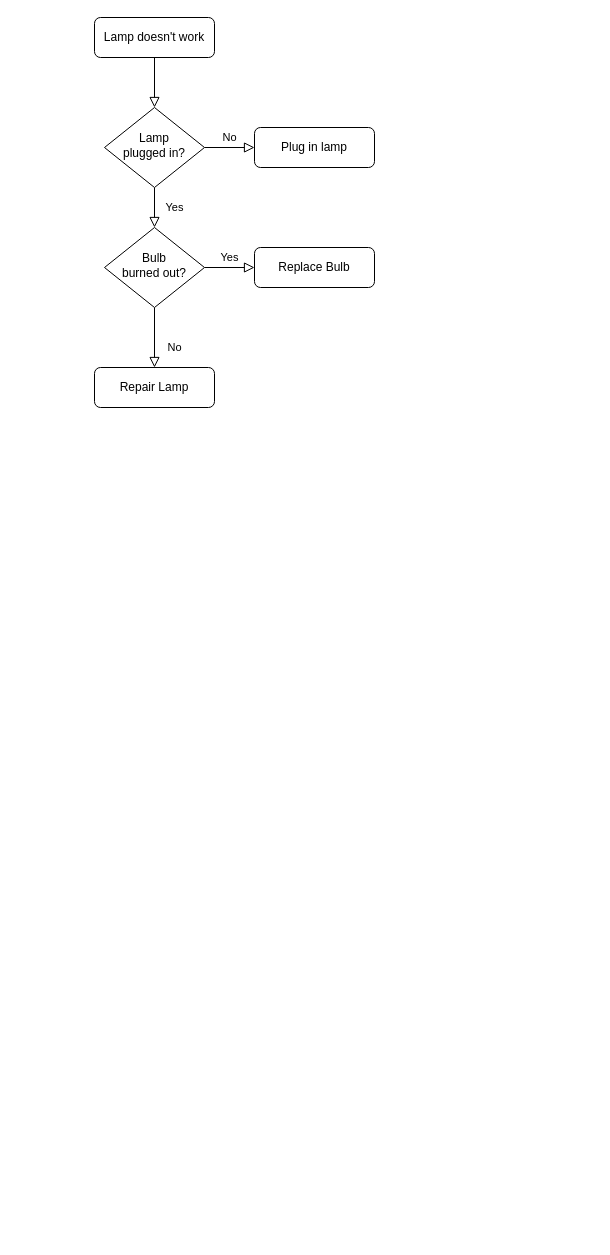
The draw.io diagram Diagrama sem nome.drawio in smmyth/senai-versoes-colaboracoes, before the edit. Source tidied: cells renumbered, new cells numbered last; positions are measured from the earlier drawing's top-left corner, leaving out a move shared by most shapes. Both pictures are drawn from the tidied source at 100%, with x=0, y=0 at pixel (94, 17).
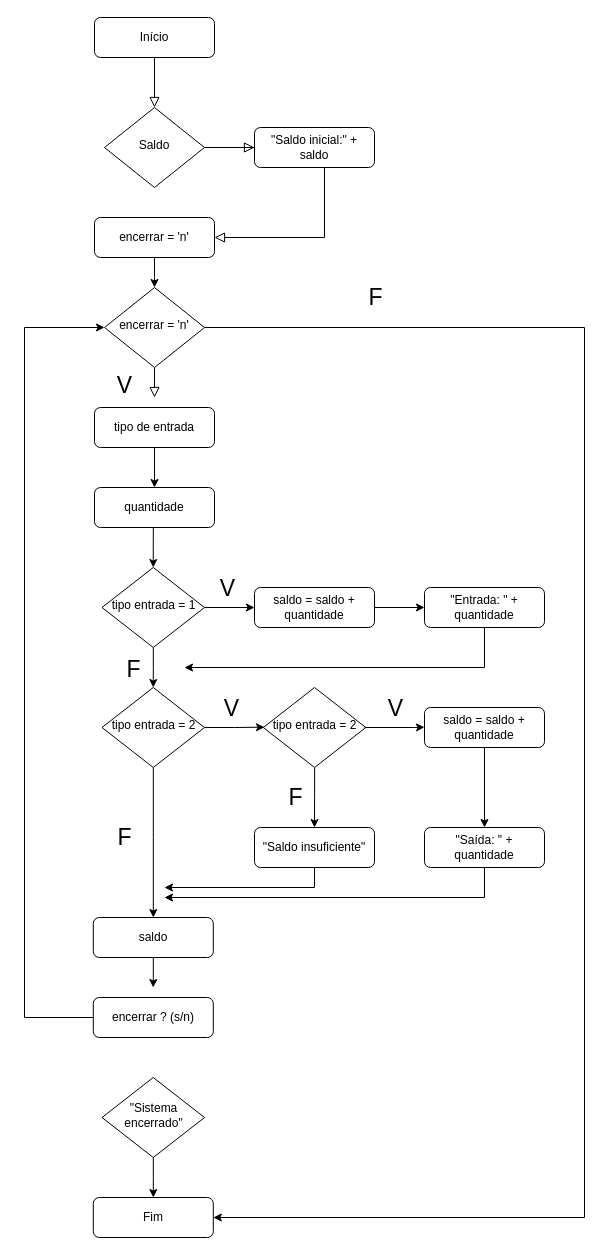
Above is the later version.

Change to the diagram source:
```diff
@@
-    <mxCell id="3" value="Lamp doesn't work" style="rounded=1;whiteSpace=wrap;html=1;fontSize=12;glass=0;strokeWidth=1;shadow=0;" parent="1" vertex="1">
+    <mxCell id="3" value="Início" style="rounded=1;whiteSpace=wrap;html=1;fontSize=12;glass=0;strokeWidth=1;shadow=0;" parent="1" vertex="1">
       <mxGeometry width="120" height="40" as="geometry" />
     </mxCell>
-    <mxCell id="4" value="Yes" style="rounded=0;html=1;jettySize=auto;fontSize=11;endArrow=block;endFill=0;endSize=8;strokeWidth=1;shadow=0;labelBackgroundColor=none;edgeStyle=orthogonalEdgeStyle;" parent="1" edge="1" source="6" target="10">
-      <mxGeometry y="20" relative="1" as="geometry" />
+    <mxCell id="4" style="rounded=0;html=1;jettySize=auto;fontSize=11;endArrow=block;endFill=0;endSize=8;strokeWidth=1;shadow=0;labelBackgroundColor=none;edgeStyle=orthogonalEdgeStyle;entryX=1;entryY=0.5;entryDx=0;entryDy=0;" parent="1" edge="1" source="6" target="12">
+      <mxGeometry y="30" relative="1" as="geometry">
+        <Array as="points">
+          <mxPoint x="230" y="130" />
+          <mxPoint x="230" y="220" />
+        </Array>
+      </mxGeometry>
     </mxCell>
-    <mxCell id="5" value="No" style="edgeStyle=orthogonalEdgeStyle;rounded=0;html=1;jettySize=auto;fontSize=11;endArrow=block;endFill=0;endSize=8;strokeWidth=1;shadow=0;labelBackgroundColor=none;" parent="1" edge="1" source="6" target="7">
+    <mxCell id="5" style="edgeStyle=orthogonalEdgeStyle;rounded=0;html=1;jettySize=auto;fontSize=11;endArrow=block;endFill=0;endSize=8;strokeWidth=1;shadow=0;labelBackgroundColor=none;" parent="1" edge="1" source="6" target="7">
       <mxGeometry y="10" relative="1" as="geometry" />
     </mxCell>
-    <mxCell id="6" value="Lamp&lt;br&gt;plugged in?" style="rhombus;whiteSpace=wrap;html=1;shadow=0;fontFamily=Helvetica;fontSize=12;align=center;strokeWidth=1;spacing=6;spacingTop=-4;" parent="1" vertex="1">
+    <mxCell id="6" value="Saldo" style="rhombus;whiteSpace=wrap;html=1;shadow=0;fontFamily=Helvetica;fontSize=12;align=center;strokeWidth=1;spacing=6;spacingTop=-4;" parent="1" vertex="1">
       <mxGeometry x="10" y="90" width="100" height="80" as="geometry" />
     </mxCell>
-    <mxCell id="7" value="Plug in lamp" style="rounded=1;whiteSpace=wrap;html=1;fontSize=12;glass=0;strokeWidth=1;shadow=0;" parent="1" vertex="1">
+    <mxCell id="7" value="&quot;Saldo inicial:&quot; + saldo" style="rounded=1;whiteSpace=wrap;html=1;fontSize=12;glass=0;strokeWidth=1;shadow=0;" parent="1" vertex="1">
       <mxGeometry x="160" y="110" width="120" height="40" as="geometry" />
     </mxCell>
-    <mxCell id="8" value="No" style="rounded=0;html=1;jettySize=auto;fontSize=11;endArrow=block;endFill=0;endSize=8;strokeWidth=1;shadow=0;labelBackgroundColor=none;edgeStyle=orthogonalEdgeStyle;" parent="1" edge="1" source="10" target="11">
-      <mxGeometry x="0.33" y="20" relative="1" as="geometry" />
+    <mxCell id="8" value="V" style="rounded=0;html=1;jettySize=auto;fontSize=23;endArrow=block;endFill=0;endSize=8;strokeWidth=1;shadow=0;labelBackgroundColor=none;edgeStyle=orthogonalEdgeStyle;" parent="1" edge="1" source="10">
+      <mxGeometry x="0.2" y="-30" relative="1" as="geometry">
+        <mxPoint x="60" y="380" as="targetPoint" />
+      </mxGeometry>
     </mxCell>
-    <mxCell id="9" value="Yes" style="edgeStyle=orthogonalEdgeStyle;rounded=0;html=1;jettySize=auto;fontSize=11;endArrow=block;endFill=0;endSize=8;strokeWidth=1;shadow=0;labelBackgroundColor=none;" parent="1" edge="1" source="10" target="12">
-      <mxGeometry y="10" relative="1" as="geometry" />
-    </mxCell>
+    <mxCell id="13" style="edgeStyle=orthogonalEdgeStyle;rounded=0;jettySize=auto;html=1;exitX=1;exitY=0.5;exitDx=0;exitDy=0;labelBorderColor=none;strokeWidth=1;fontSize=23;entryX=1;entryY=0.5;entryDx=0;entryDy=0;" parent="1" edge="1" source="10" target="50">
+      <mxGeometry relative="1" as="geometry">
+        <Array as="points">
+          <mxPoint x="490" y="310" />
+          <mxPoint x="490" y="1200" />
+        </Array>
+      </mxGeometry>
+    </mxCell>
+    <mxCell id="14" value="F" style="edgeLabel;html=1;align=center;verticalAlign=middle;fontSize=23;" parent="13" vertex="1">
+      <mxGeometry x="0.02" y="3" relative="1" as="geometry">
+        <mxPoint x="-213" y="-488" as="offset" />
+      </mxGeometry>
+    </mxCell>
-    <mxCell id="10" value="Bulb&lt;br&gt;burned out?" style="rhombus;whiteSpace=wrap;html=1;shadow=0;fontFamily=Helvetica;fontSize=12;align=center;strokeWidth=1;spacing=6;spacingTop=-4;" parent="1" vertex="1">
-      <mxGeometry x="10" y="210" width="100" height="80" as="geometry" />
+    <mxCell id="10" value="encerrar = 'n'" style="rhombus;whiteSpace=wrap;html=1;shadow=0;fontFamily=Helvetica;fontSize=12;align=center;strokeWidth=1;spacing=6;spacingTop=-4;" parent="1" vertex="1">
+      <mxGeometry x="10" y="270" width="100" height="80" as="geometry" />
     </mxCell>
+    <mxCell id="15" style="edgeStyle=orthogonalEdgeStyle;rounded=0;jettySize=auto;html=1;entryX=0.5;entryY=0;entryDx=0;entryDy=0;strokeWidth=1;fontSize=23;labelPosition=left;verticalLabelPosition=middle;align=left;verticalAlign=middle;labelBorderColor=none;exitX=0.5;exitY=1;exitDx=0;exitDy=0;" parent="1" edge="1" source="18" target="22">
+      <mxGeometry relative="1" as="geometry">
+        <Array as="points">
+          <mxPoint x="59" y="510" />
+        </Array>
+      </mxGeometry>
+    </mxCell>
+    <mxCell id="16" style="edgeStyle=orthogonalEdgeStyle;rounded=0;jettySize=auto;html=1;labelBorderColor=none;strokeWidth=1;fontSize=23;" parent="1" edge="1" source="11" target="18">
+      <mxGeometry relative="1" as="geometry" />
+    </mxCell>
-    <mxCell id="11" value="Repair Lamp" style="rounded=1;whiteSpace=wrap;html=1;fontSize=12;glass=0;strokeWidth=1;shadow=0;" parent="1" vertex="1">
-      <mxGeometry y="350" width="120" height="40" as="geometry" />
+    <mxCell id="11" value="tipo de entrada" style="rounded=1;whiteSpace=wrap;html=1;fontSize=12;glass=0;strokeWidth=1;shadow=0;" parent="1" vertex="1">
+      <mxGeometry y="390" width="120" height="40" as="geometry" />
     </mxCell>
+    <mxCell id="17" style="edgeStyle=orthogonalEdgeStyle;rounded=0;jettySize=auto;html=1;" parent="1" edge="1" source="12">
+      <mxGeometry relative="1" as="geometry">
+        <mxPoint x="60" y="270" as="targetPoint" />
+      </mxGeometry>
+    </mxCell>
-    <mxCell id="12" value="Replace Bulb" style="rounded=1;whiteSpace=wrap;html=1;fontSize=12;glass=0;strokeWidth=1;shadow=0;" parent="1" vertex="1">
-      <mxGeometry x="160" y="230" width="120" height="40" as="geometry" />
+    <mxCell id="12" value="encerrar = 'n'" style="rounded=1;whiteSpace=wrap;html=1;fontSize=12;glass=0;strokeWidth=1;shadow=0;" parent="1" vertex="1">
+      <mxGeometry y="200" width="120" height="40" as="geometry" />
     </mxCell>
+    <mxCell id="18" value="quantidade" style="rounded=1;whiteSpace=wrap;html=1;fontSize=12;glass=0;strokeWidth=1;shadow=0;" parent="1" vertex="1">
+      <mxGeometry y="470" width="120" height="40" as="geometry" />
+    </mxCell>
+    <mxCell id="19" style="edgeStyle=orthogonalEdgeStyle;rounded=0;jettySize=auto;html=1;entryX=0;entryY=0.5;entryDx=0;entryDy=0;labelBorderColor=none;strokeWidth=1;fontSize=23;" parent="1" edge="1" source="22" target="24">
+      <mxGeometry relative="1" as="geometry" />
+    </mxCell>
+    <mxCell id="20" value="V" style="edgeLabel;html=1;align=center;verticalAlign=middle;fontSize=23;" parent="19" vertex="1">
+      <mxGeometry x="-0.13" relative="1" as="geometry">
+        <mxPoint y="-20" as="offset" />
+      </mxGeometry>
+    </mxCell>
+    <mxCell id="21" style="edgeStyle=orthogonalEdgeStyle;rounded=0;jettySize=auto;html=1;entryX=0.5;entryY=0;entryDx=0;entryDy=0;labelBorderColor=none;strokeWidth=1;fontSize=23;" parent="1" edge="1" source="22" target="30">
+      <mxGeometry relative="1" as="geometry" />
+    </mxCell>
+    <mxCell id="22" value="tipo entrada = 1" style="rhombus;whiteSpace=wrap;html=1;shadow=0;fontFamily=Helvetica;fontSize=12;align=center;strokeWidth=1;spacing=6;spacingTop=-4;" parent="1" vertex="1">
+      <mxGeometry x="7.5" y="550" width="102.5" height="80" as="geometry" />
+    </mxCell>
+    <mxCell id="23" style="edgeStyle=orthogonalEdgeStyle;rounded=0;jettySize=auto;html=1;exitX=1;exitY=0.5;exitDx=0;exitDy=0;entryX=0;entryY=0.5;entryDx=0;entryDy=0;labelBorderColor=none;strokeWidth=1;fontSize=23;" parent="1" edge="1" source="24" target="26">
+      <mxGeometry relative="1" as="geometry" />
+    </mxCell>
+    <mxCell id="24" value="saldo = saldo + quantidade" style="rounded=1;whiteSpace=wrap;html=1;fontSize=12;glass=0;strokeWidth=1;shadow=0;" parent="1" vertex="1">
+      <mxGeometry x="160" y="570" width="120" height="40" as="geometry" />
+    </mxCell>
+    <mxCell id="25" style="edgeStyle=orthogonalEdgeStyle;rounded=0;jettySize=auto;html=1;labelBorderColor=none;strokeWidth=1;fontSize=23;" parent="1" edge="1" source="26">
+      <mxGeometry relative="1" as="geometry">
+        <mxPoint x="90" y="650" as="targetPoint" />
+        <Array as="points">
+          <mxPoint x="390" y="650" />
+          <mxPoint x="100" y="650" />
+        </Array>
+      </mxGeometry>
+    </mxCell>
+    <mxCell id="26" value="&quot;Entrada: &quot; + quantidade" style="rounded=1;whiteSpace=wrap;html=1;fontSize=12;glass=0;strokeWidth=1;shadow=0;" parent="1" vertex="1">
+      <mxGeometry x="330" y="570" width="120" height="40" as="geometry" />
+    </mxCell>
+    <mxCell id="27" value="F" style="edgeLabel;html=1;align=center;verticalAlign=middle;fontSize=23;" parent="1" vertex="1">
+      <mxGeometry x="48.8" y="550" as="geometry">
+        <mxPoint x="-10" y="101" as="offset" />
+      </mxGeometry>
+    </mxCell>
+    <mxCell id="28" style="edgeStyle=orthogonalEdgeStyle;rounded=0;jettySize=auto;html=1;entryX=0.5;entryY=0;entryDx=0;entryDy=0;labelBorderColor=none;strokeWidth=1;fontSize=23;" parent="1" edge="1" source="30" target="45">
+      <mxGeometry relative="1" as="geometry">
+        <Array as="points">
+          <mxPoint x="59" y="820" />
+          <mxPoint x="59" y="820" />
+        </Array>
+      </mxGeometry>
+    </mxCell>
+    <mxCell id="29" value="F" style="edgeLabel;html=1;align=center;verticalAlign=middle;fontSize=23;" parent="28" vertex="1">
+      <mxGeometry x="-0.16" relative="1" as="geometry">
+        <mxPoint x="-29" y="7" as="offset" />
+      </mxGeometry>
+    </mxCell>
+    <mxCell id="30" value="tipo entrada = 2" style="rhombus;whiteSpace=wrap;html=1;shadow=0;fontFamily=Helvetica;fontSize=12;align=center;strokeWidth=1;spacing=6;spacingTop=-4;" parent="1" vertex="1">
+      <mxGeometry x="7.5" y="670" width="102.5" height="80" as="geometry" />
+    </mxCell>
+    <mxCell id="31" style="edgeStyle=orthogonalEdgeStyle;rounded=0;jettySize=auto;html=1;entryX=0.5;entryY=0;entryDx=0;entryDy=0;labelBorderColor=none;strokeWidth=1;fontSize=23;" parent="1" edge="1" source="33" target="39">
+      <mxGeometry relative="1" as="geometry" />
+    </mxCell>
+    <mxCell id="32" value="F" style="edgeLabel;html=1;align=center;verticalAlign=middle;fontSize=23;" parent="31" vertex="1">
+      <mxGeometry x="-0.29" relative="1" as="geometry">
+        <mxPoint x="-20" y="9" as="offset" />
+      </mxGeometry>
+    </mxCell>
+    <mxCell id="33" value="tipo entrada = 2" style="rhombus;whiteSpace=wrap;html=1;shadow=0;fontFamily=Helvetica;fontSize=12;align=center;strokeWidth=1;spacing=6;spacingTop=-4;" parent="1" vertex="1">
+      <mxGeometry x="168.8" y="670" width="102.5" height="80" as="geometry" />
+    </mxCell>
+    <mxCell id="34" style="edgeStyle=orthogonalEdgeStyle;rounded=0;jettySize=auto;html=1;entryX=0.5;entryY=0;entryDx=0;entryDy=0;labelBorderColor=none;strokeWidth=1;fontSize=23;" parent="1" edge="1" source="35" target="37">
+      <mxGeometry relative="1" as="geometry" />
+    </mxCell>
+    <mxCell id="35" value="saldo = saldo + quantidade" style="rounded=1;whiteSpace=wrap;html=1;fontSize=12;glass=0;strokeWidth=1;shadow=0;" parent="1" vertex="1">
+      <mxGeometry x="330" y="690" width="120" height="40" as="geometry" />
+    </mxCell>
+    <mxCell id="36" style="edgeStyle=orthogonalEdgeStyle;rounded=0;jettySize=auto;html=1;labelBorderColor=none;strokeWidth=1;fontSize=23;" parent="1" edge="1" source="37">
+      <mxGeometry relative="1" as="geometry">
+        <mxPoint x="70" y="880" as="targetPoint" />
+        <Array as="points">
+          <mxPoint x="390" y="880" />
+        </Array>
+      </mxGeometry>
+    </mxCell>
+    <mxCell id="37" value="&quot;Saída: &quot; + quantidade" style="rounded=1;whiteSpace=wrap;html=1;fontSize=12;glass=0;strokeWidth=1;shadow=0;" parent="1" vertex="1">
+      <mxGeometry x="330" y="810" width="120" height="40" as="geometry" />
+    </mxCell>
+    <mxCell id="38" style="edgeStyle=orthogonalEdgeStyle;rounded=0;jettySize=auto;html=1;exitX=0.5;exitY=1;exitDx=0;exitDy=0;labelBorderColor=none;strokeWidth=1;fontSize=23;" parent="1" edge="1" source="39">
+      <mxGeometry relative="1" as="geometry">
+        <mxPoint x="70" y="870" as="targetPoint" />
+        <Array as="points">
+          <mxPoint x="220" y="870" />
+        </Array>
+      </mxGeometry>
+    </mxCell>
+    <mxCell id="39" value="&quot;Saldo insuficiente&quot;" style="rounded=1;whiteSpace=wrap;html=1;fontSize=12;glass=0;strokeWidth=1;shadow=0;" parent="1" vertex="1">
+      <mxGeometry x="160" y="810" width="120" height="40" as="geometry" />
+    </mxCell>
+    <mxCell id="40" style="edgeStyle=orthogonalEdgeStyle;rounded=0;jettySize=auto;html=1;entryX=0;entryY=0.5;entryDx=0;entryDy=0;labelBorderColor=none;strokeWidth=1;fontSize=23;exitX=1;exitY=0.5;exitDx=0;exitDy=0;" parent="1" edge="1" source="30">
+      <mxGeometry relative="1" as="geometry">
+        <mxPoint x="170" y="709.7" as="targetPoint" />
+      </mxGeometry>
+    </mxCell>
+    <mxCell id="41" value="V" style="edgeLabel;html=1;align=center;verticalAlign=middle;fontSize=23;" parent="40" vertex="1">
+      <mxGeometry x="-0.13" relative="1" as="geometry">
+        <mxPoint y="-20" as="offset" />
+      </mxGeometry>
+    </mxCell>
+    <mxCell id="42" style="edgeStyle=orthogonalEdgeStyle;rounded=0;orthogonalLoop=1;jettySize=auto;html=1;entryX=0;entryY=0.5;entryDx=0;entryDy=0;labelBorderColor=none;strokeWidth=1;fontSize=23;exitX=1;exitY=0.5;exitDx=0;exitDy=0;" parent="1" edge="1">
+      <mxGeometry relative="1" as="geometry">
+        <mxPoint x="270" y="710" as="sourcePoint" />
+        <mxPoint x="330" y="709.7" as="targetPoint" />
+        <Array as="points">
+          <mxPoint x="318.8" y="709.7" />
+          <mxPoint x="318.8" y="709.7" />
+        </Array>
+      </mxGeometry>
+    </mxCell>
+    <mxCell id="43" value="V" style="edgeLabel;html=1;align=center;verticalAlign=middle;fontSize=23;" parent="42" vertex="1">
+      <mxGeometry x="-0.13" relative="1" as="geometry">
+        <mxPoint x="4" y="-20" as="offset" />
+      </mxGeometry>
+    </mxCell>
+    <mxCell id="44" style="edgeStyle=orthogonalEdgeStyle;rounded=0;jettySize=auto;html=1;labelBorderColor=none;strokeWidth=1;fontSize=23;" parent="1" edge="1" source="45">
+      <mxGeometry relative="1" as="geometry">
+        <mxPoint x="58.7" y="970" as="targetPoint" />
+      </mxGeometry>
+    </mxCell>
+    <mxCell id="45" value="saldo" style="rounded=1;whiteSpace=wrap;html=1;fontSize=12;glass=0;strokeWidth=1;shadow=0;" parent="1" vertex="1">
+      <mxGeometry x="-1.2" y="900" width="120" height="40" as="geometry" />
+    </mxCell>
+    <mxCell id="46" style="edgeStyle=orthogonalEdgeStyle;rounded=0;jettySize=auto;html=1;labelBorderColor=none;strokeWidth=1;fontSize=23;entryX=0;entryY=0.5;entryDx=0;entryDy=0;" parent="1" edge="1" source="47" target="10">
+      <mxGeometry relative="1" as="geometry">
+        <Array as="points">
+          <mxPoint x="-70" y="1000" />
+          <mxPoint x="-70" y="310" />
+        </Array>
+      </mxGeometry>
+    </mxCell>
+    <mxCell id="47" value="encerrar ? (s/n)" style="rounded=1;whiteSpace=wrap;html=1;fontSize=12;glass=0;strokeWidth=1;shadow=0;" parent="1" vertex="1">
+      <mxGeometry x="-1.2" y="980" width="120" height="40" as="geometry" />
+    </mxCell>
+    <mxCell id="48" style="edgeStyle=orthogonalEdgeStyle;rounded=0;jettySize=auto;html=1;entryX=0.5;entryY=0;entryDx=0;entryDy=0;labelBorderColor=none;strokeWidth=1;fontSize=23;" parent="1" edge="1" source="49" target="50">
+      <mxGeometry relative="1" as="geometry" />
+    </mxCell>
+    <mxCell id="49" value="&quot;Sistema encerrado&quot;" style="rhombus;whiteSpace=wrap;html=1;shadow=0;fontFamily=Helvetica;fontSize=12;align=center;strokeWidth=1;spacing=6;spacingTop=-4;" parent="1" vertex="1">
+      <mxGeometry x="7.5" y="1060" width="102.5" height="80" as="geometry" />
+    </mxCell>
+    <mxCell id="50" value="Fim" style="rounded=1;whiteSpace=wrap;html=1;fontSize=12;glass=0;strokeWidth=1;shadow=0;" parent="1" vertex="1">
+      <mxGeometry x="-1.2" y="1180" width="120" height="40" as="geometry" />
+    </mxCell>
```
